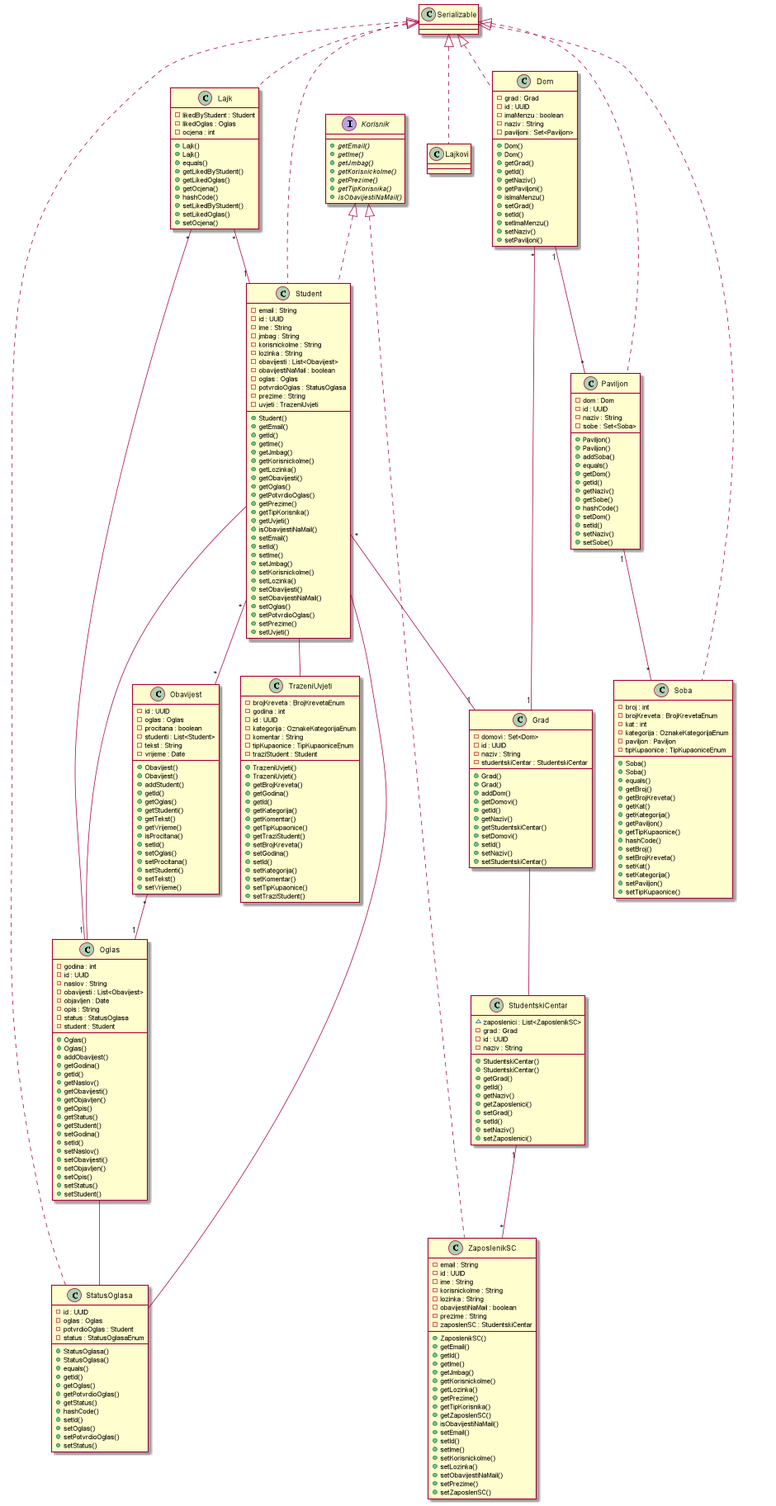
Above: dokumentacija/dijagrami/model.png in miveta/student-housing-app (PlantUML), before the change. Source of this version:
```plantuml
@startuml




        class Dom {
            - grad : Grad
            - id : UUID
            - imaMenzu : boolean
            - naziv : String
            - paviljoni : Set<Paviljon>
            + Dom()
            + Dom()
            + getGrad()
            + getId()
            + getNaziv()
            + getPaviljoni()
            + isImaMenzu()
            + setGrad()
            + setId()
            + setImaMenzu()
            + setNaziv()
            + setPaviljoni()
        }




        class Grad {
            - domovi : Set<Dom>
            - id : UUID
            - naziv : String
            - studentskiCentar : StudentskiCentar
            + Grad()
            + Grad()
            + addDom()
            + getDomovi()
            + getId()
            + getNaziv()
            + getStudentskiCentar()
            + setDomovi()
            + setId()
            + setNaziv()
            + setStudentskiCentar()
        }



        interface Korisnik {
            {abstract} + getEmail()
            {abstract} + getIme()
            {abstract} + getJmbag()
            {abstract} + getKorisnickoIme()
            {abstract} + getPrezime()
            {abstract} + getTipKorisnika()
            {abstract} + isObavijestiNaMail()
        }




        class Lajk {
            - likedByStudent : Student
            - likedOglas : Oglas
            - ocjena : int
            + Lajk()
            + Lajk()
            + equals()
            + getLikedByStudent()
            + getLikedOglas()
            + getOcjena()
            + hashCode()
            + setLikedByStudent()
            + setLikedOglas()
            + setOcjena()
        }







        class Obavijest {
            - id : UUID
            - oglas : Oglas
            - procitana : boolean
            - studenti : List<Student>
            - tekst : String
            - vrijeme : Date
            + Obavijest()
            + Obavijest()
            + addStudent()
            + getId()
            + getOglas()
            + getStudenti()
            + getTekst()
            + getVrijeme()
            + isProcitana()
            + setId()
            + setOglas()
            + setProcitana()
            + setStudenti()
            + setTekst()
            + setVrijeme()
        }




        class Oglas {
            - godina : int
            - id : UUID
            - naslov : String
            - obavijesti : List<Obavijest>
            - objavljen : Date
            - opis : String
            - status : StatusOglasa
            - student : Student
            + Oglas()
            + Oglas()
            + addObavijest()
            + getGodina()
            + getId()
            + getNaslov()
            + getObavijesti()
            + getObjavljen()
            + getOpis()
            + getStatus()
            + getStudent()
            + setGodina()
            + setId()
            + setNaslov()
            + setObavijesti()
            + setObjavljen()
            + setOpis()
            + setStatus()
            + setStudent()
        }



        class Paviljon {
            - dom : Dom
            - id : UUID
            - naziv : String
            - sobe : Set<Soba>
            + Paviljon()
            + Paviljon()
            + addSoba()
            + equals()
            + getDom()
            + getId()
            + getNaziv()
            + getSobe()
            + hashCode()
            + setDom()
            + setId()
            + setNaziv()
            + setSobe()
        }



        class Soba {
            - broj : int
            - brojKreveta : BrojKrevetaEnum
            - kat : int
            - kategorija : OznakeKategorijaEnum
            - paviljon : Paviljon
            - tipKupaonice : TipKupaoniceEnum
            + Soba()
            + Soba()
            + equals()
            + getBroj()
            + getBrojKreveta()
            + getKat()
            + getKategorija()
            + getPaviljon()
            + getTipKupaonice()
            + hashCode()
            + setBroj()
            + setBrojKreveta()
            + setKat()
            + setKategorija()
            + setPaviljon()
            + setTipKupaonice()
        }




        class StatusOglasa {
            - id : UUID
            - oglas : Oglas
            - potvrdioOglas : Student
            - status : StatusOglasaEnum
            + StatusOglasa()
            + StatusOglasa()
            + equals()
            + getId()
            + getOglas()
            + getPotvrdioOglas()
            + getStatus()
            + hashCode()
            + setId()
            + setOglas()
            + setPotvrdioOglas()
            + setStatus()
        }




        class Student {
            - email : String
            - id : UUID
            - ime : String
            - jmbag : String
            - korisnickoIme : String
            - lozinka : String
            - obavijesti : List<Obavijest>
            - obavijestiNaMail : boolean
            - oglas : Oglas
            - potvrdioOglas : StatusOglasa
            - prezime : String
            - uvjeti : TrazeniUvjeti
            + Student()
            + getEmail()
            + getId()
            + getIme()
            + getJmbag()
            + getKorisnickoIme()
            + getLozinka()
            + getObavijesti()
            + getOglas()
            + getPotvrdioOglas()
            + getPrezime()
            + getTipKorisnika()
            + getUvjeti()
            + isObavijestiNaMail()
            + setEmail()
            + setId()
            + setIme()
            + setJmbag()
            + setKorisnickoIme()
            + setLozinka()
            + setObavijesti()
            + setObavijestiNaMail()
            + setOglas()
            + setPotvrdioOglas()
            + setPrezime()
            + setUvjeti()
        }



        class StudentskiCentar {
            ~ zaposlenici : List<ZaposlenikSC>
            - grad : Grad
            - id : UUID
            - naziv : String
            + StudentskiCentar()
            + StudentskiCentar()
            + getGrad()
            + getId()
            + getNaziv()
            + getZaposlenici()
            + setGrad()
            + setId()
            + setNaziv()
            + setZaposlenici()
        }



        class TrazeniUvjeti {
            - brojKreveta : BrojKrevetaEnum
            - godina : int
            - id : UUID
            - kategorija : OznakeKategorijaEnum
            - komentar : String
            - tipKupaonice : TipKupaoniceEnum
            - traziStudent : Student
            + TrazeniUvjeti()
            + TrazeniUvjeti()
            + getBrojKreveta()
            + getGodina()
            + getId()
            + getKategorija()
            + getKomentar()
            + getTipKupaonice()
            + getTraziStudent()
            + setBrojKreveta()
            + setGodina()
            + setId()
            + setKategorija()
            + setKomentar()
            + setTipKupaonice()
            + setTraziStudent()
        }




        class ZaposlenikSC {
            - email : String
            - id : UUID
            - ime : String
            - korisnickoIme : String
            - lozinka : String
            - obavijestiNaMail : boolean
            - prezime : String
            - zaposlenSC : StudentskiCentar
            + ZaposlenikSC()
            + getEmail()
            + getId()
            + getIme()
            + getJmbag()
            + getKorisnickoIme()
            + getLozinka()
            + getPrezime()
            + getTipKorisnika()
            + getZaposlenSC()
            + isObavijestiNaMail()
            + setEmail()
            + setId()
            + setIme()
            + setKorisnickoIme()
            + setLozinka()
            + setObavijestiNaMail()
            + setPrezime()
            + setZaposlenSC()
        }



  Dom .up.|> Serializable
  Lajk .up.|> Serializable
  Lajkovi .up.|> Serializable
  Paviljon .up.|> Serializable
  Soba .up.|> Serializable
  StatusOglasa .up.|> Serializable
  Student .up.|> Korisnik
  Student .up.|> Serializable
  ZaposlenikSC .up.|> Korisnik
  Student "*"--"*" Obavijest
  Student -- StatusOglasa
  Student -- TrazeniUvjeti
  Student -- Oglas
  Dom "*"--"1" Grad
  Dom "1"--"*" Paviljon
  Grad -- StudentskiCentar
  Lajk "*"--"1" Student
  Lajk "*"--"1" Oglas
  Obavijest "*"--"1" Oglas
  Oglas -- StatusOglasa
  Paviljon "1"--"*" Soba
  StudentskiCentar "1"--"*" ZaposlenikSC
  Student "*"--"1" Grad

@enduml
```
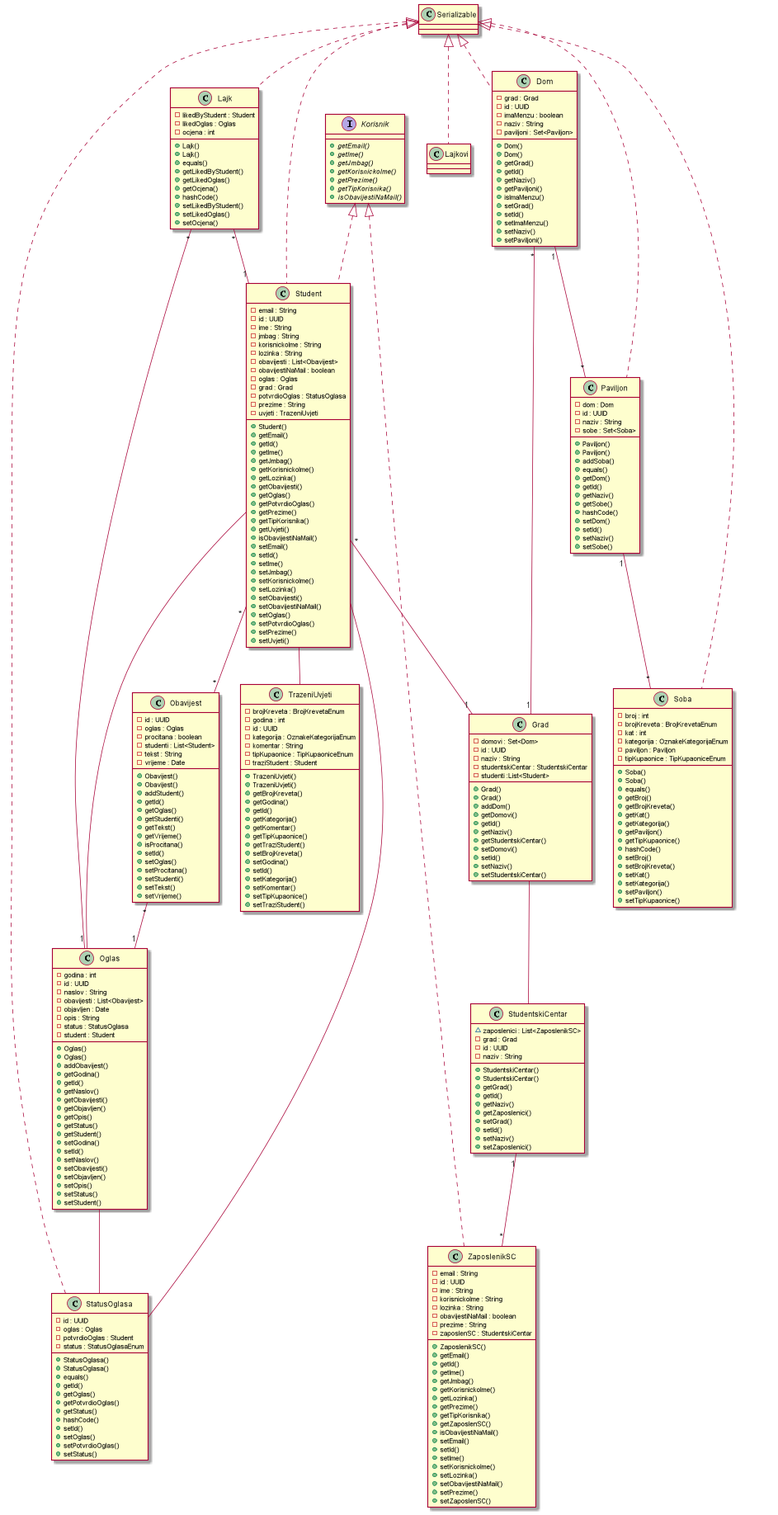
Above is the later version.

The edit, as a diff of the source:
```diff
@@ -31,6 +31,7 @@
             - id : UUID
             - naziv : String
             - studentskiCentar : StudentskiCentar
+            - studenti :List<Student>
             + Grad()
             + Grad()
             + addDom()
@@ -222,6 +223,7 @@
             - obavijesti : List<Obavijest>
             - obavijestiNaMail : boolean
             - oglas : Oglas
+            - grad : Grad
             - potvrdioOglas : StatusOglasa
             - prezime : String
             - uvjeti : TrazeniUvjeti
```
